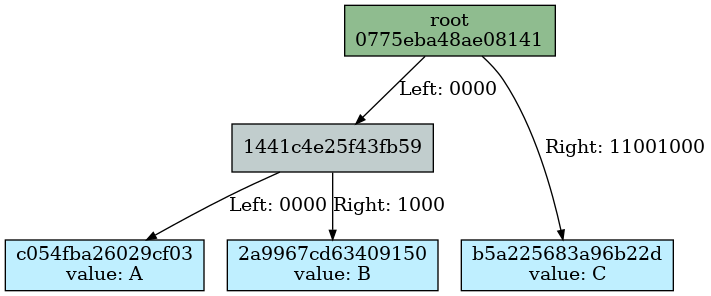
Before: docs/merkle_tree/mutation/3_leaves.dot.png, a diagram exported from Graphviz (juicebox-systems/juicebox-hsm-realm). Its source is kept beside it as docs/merkle_tree/mutation/3_leaves.dot.
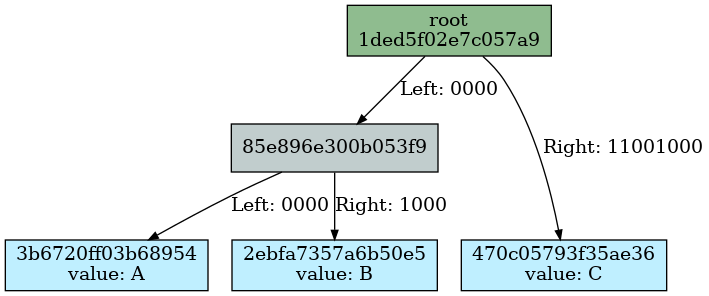
The same diagram one commit later.

Change to the diagram source:
```diff
@@ -1,30 +1,30 @@
 Digraph merkletree {
 
-h0775eba48ae08141 -> h1441c4e25f43fb59 [arrowsize=0.7 label="Left: 0000\l" nojustify=true ];
-h1441c4e25f43fb59 -> hc054fba26029cf03 [arrowsize=0.7 label="Left: 0000" nojustify=true ];
-h1441c4e25f43fb59 -> h2a9967cd63409150 [arrowsize=0.7 label="Right: 1000" nojustify=true ];
-h0775eba48ae08141 -> hb5a225683a96b22d [arrowsize=0.7 label="Right: 11001000" nojustify=true ];
+h1ded5f02e7c057a9 -> h85e896e300b053f9 [arrowsize=0.7 label="Left: 0000" nojustify=true ];
+h85e896e300b053f9 -> h3b6720ff03b68954 [arrowsize=0.7 label="Left: 0000" nojustify=true ];
+h85e896e300b053f9 -> h2ebfa7357a6b50e5 [arrowsize=0.7 label="Right: 1000" nojustify=true ];
+h1ded5f02e7c057a9 -> h470c05793f35ae36 [arrowsize=0.7 label="Right: 11001000" nojustify=true ];
 
 Subgraph depth_0 {
 rank=same
 
-h0775eba48ae08141 [fillcolor=darkseagreen label="root\n0775eba48ae08141" ordering=out shape=box style=filled ];
+h1ded5f02e7c057a9 [fillcolor=darkseagreen label="root\n1ded5f02e7c057a9" ordering=out shape=box style=filled ];
 }
 
 
 Subgraph depth_4 {
 rank=same
 
-h1441c4e25f43fb59 [fillcolor=azure3 label="1441c4e25f43fb59" ordering=out shape=box style=filled ];
+h85e896e300b053f9 [fillcolor=azure3 label="85e896e300b053f9" ordering=out shape=box style=filled ];
 }
 
 
 Subgraph depth_256 {
 rank=same
 
-hc054fba26029cf03 [fillcolor=lightblue1 label="c054fba26029cf03\nvalue: A" ordering=out shape=box style=filled ];
-h2a9967cd63409150 [fillcolor=lightblue1 label="2a9967cd63409150\nvalue: B" ordering=out shape=box style=filled ];
-hb5a225683a96b22d [fillcolor=lightblue1 label="b5a225683a96b22d\nvalue: C" ordering=out shape=box style=filled ];
+h3b6720ff03b68954 [fillcolor=lightblue1 label="3b6720ff03b68954\nvalue: A" ordering=out shape=box style=filled ];
+h2ebfa7357a6b50e5 [fillcolor=lightblue1 label="2ebfa7357a6b50e5\nvalue: B" ordering=out shape=box style=filled ];
+h470c05793f35ae36 [fillcolor=lightblue1 label="470c05793f35ae36\nvalue: C" ordering=out shape=box style=filled ];
 }
 
 }
```
